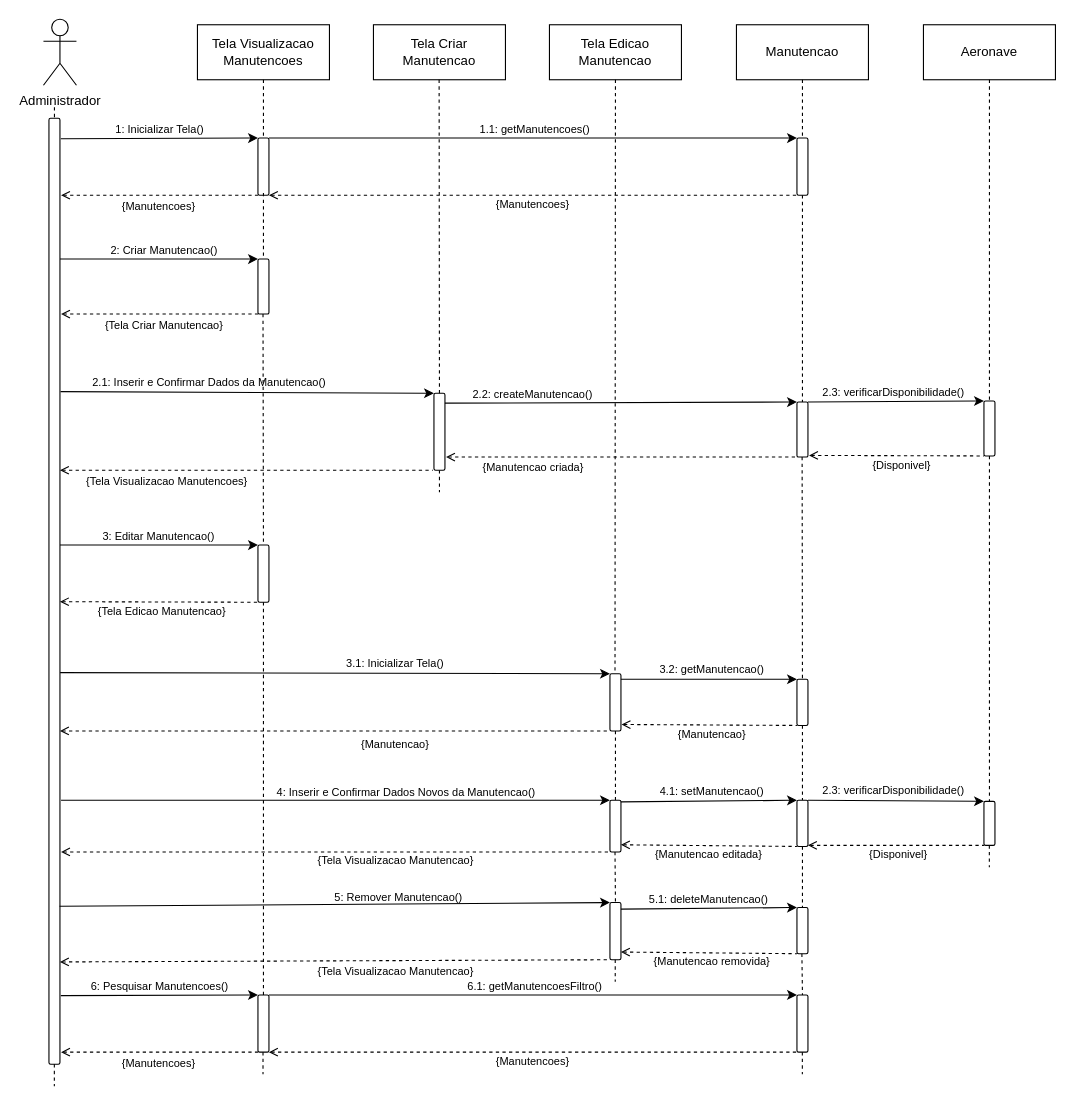
Before: Diagramas/Eng_de_Software/Modelos/Sequencia/Manter_Manutencoes.drawio in GabrielGMori/trabalho-conclus-o-ano, a draw.io diagram. Source tidied: cells renumbered, new cells numbered last; positions are measured from the earlier drawing's top-left corner, leaving out a move shared by most shapes. Both pictures are drawn from the tidied source at 110%, with x=0, y=0 at pixel (43, 19).
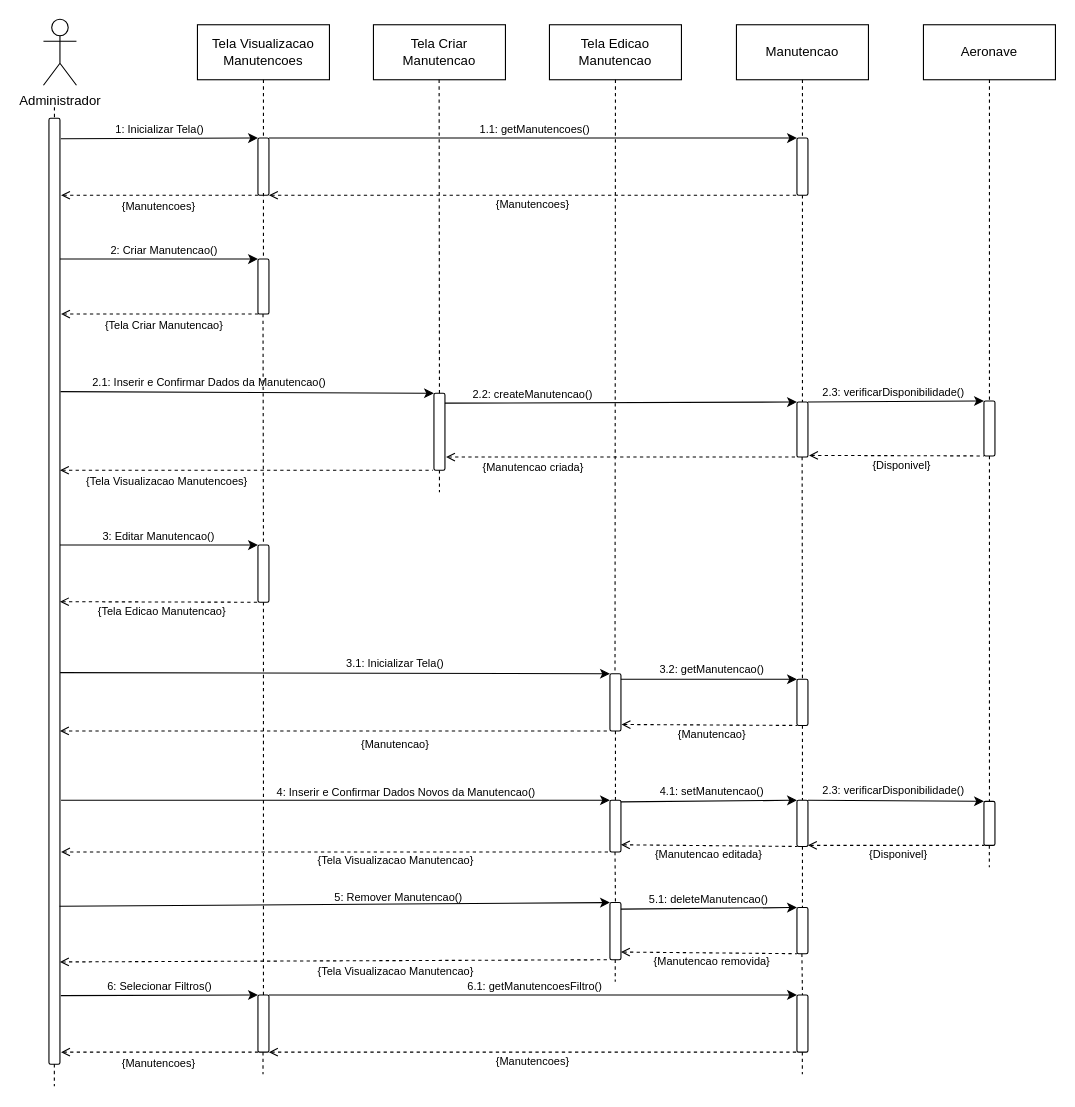
Above is the later version.

The edit, as a diff of the source:
```diff
@@
-    <mxCell id="90" value="&lt;font&gt;6: Pesquisar&amp;nbsp;&lt;/font&gt;Manutenco&lt;font&gt;es()&lt;/font&gt;" style="text;html=1;align=center;verticalAlign=middle;whiteSpace=wrap;rounded=0;fontSize=10;" parent="1" vertex="1">
+    <mxCell id="90" value="&lt;font&gt;6:&amp;nbsp;&lt;/font&gt;&lt;font&gt;&lt;font style=&quot;border-color: var(--border-color);&quot;&gt;Selecionar Filtros&lt;/font&gt;&lt;font style=&quot;border-color: var(--border-color);&quot;&gt;()&lt;/font&gt;&lt;/font&gt;" style="text;html=1;align=center;verticalAlign=middle;whiteSpace=wrap;rounded=0;fontSize=10;" parent="1" vertex="1">
       <mxGeometry x="26" y="869" width="160" height="20" as="geometry" />
     </mxCell>
```
